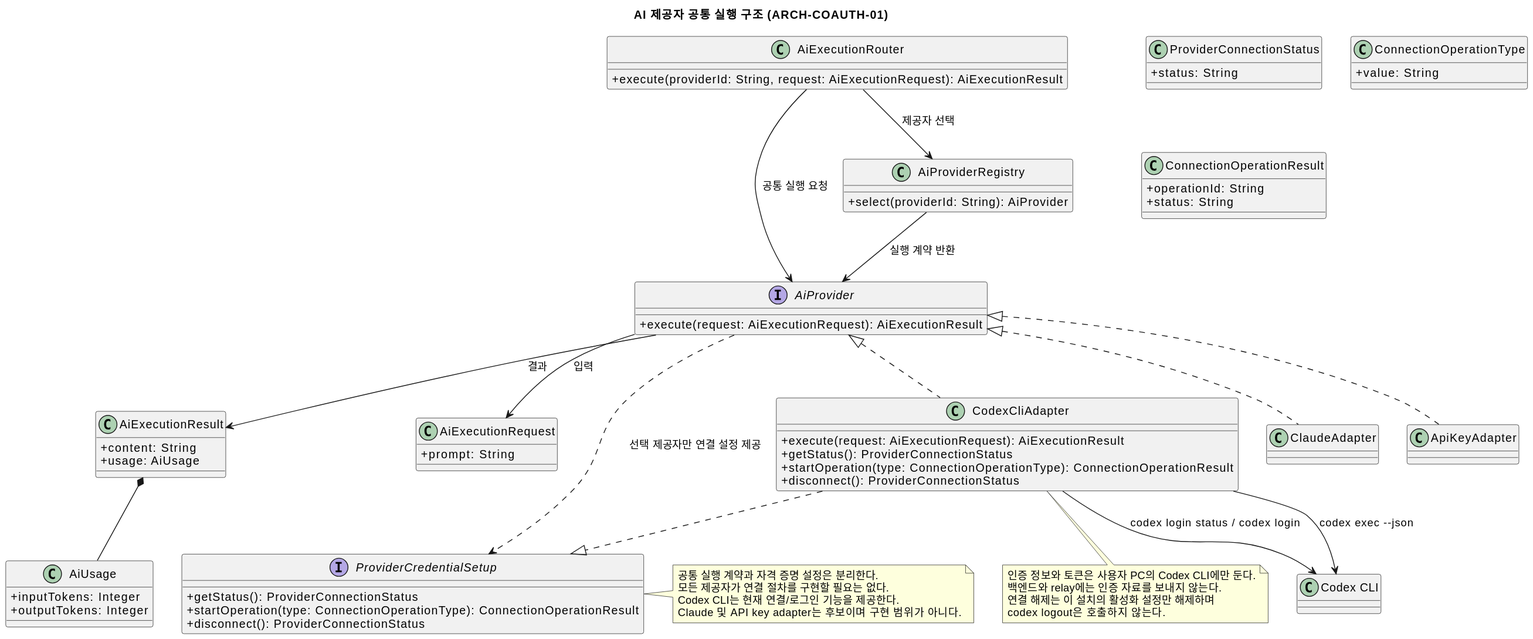
Before: docs/specs/codex-cli-oauth/diagrams/architecture/ai-provider.class.svg, a diagram exported from PlantUML (omegafrog/dnd-master). Its diagram source:
```plantuml
@startuml
title AI 제공자 공통 실행 구조 (ARCH-COAUTH-01)
skinparam classAttributeIconSize 0

interface AiProvider {
  +execute(request: AiExecutionRequest): AiExecutionResult
}

class AiExecutionRequest {
  +prompt: String
}

class AiExecutionResult {
  +content: String
  +usage: AiUsage
}

class AiUsage {
  +inputTokens: Integer
  +outputTokens: Integer
}

class AiProviderRegistry {
  +select(providerId: String): AiProvider
}

class AiExecutionRouter {
  +execute(providerId: String, request: AiExecutionRequest): AiExecutionResult
}

interface ProviderCredentialSetup {
  +getStatus(): ProviderConnectionStatus
  +startOperation(type: ConnectionOperationType): ConnectionOperationResult
  +disconnect(): ProviderConnectionStatus
}

class ProviderConnectionStatus {
  +status: String
}

class ConnectionOperationType {
  +value: String
}

class ConnectionOperationResult {
  +operationId: String
  +status: String
}

class CodexCliAdapter {
  +execute(request: AiExecutionRequest): AiExecutionResult
  +getStatus(): ProviderConnectionStatus
  +startOperation(type: ConnectionOperationType): ConnectionOperationResult
  +disconnect(): ProviderConnectionStatus
}

class ClaudeAdapter
class ApiKeyAdapter

AiExecutionRouter --> AiProviderRegistry : 제공자 선택
AiProviderRegistry --> AiProvider : 실행 계약 반환
AiProvider <|.. CodexCliAdapter
AiProvider <|.. ClaudeAdapter
AiProvider <|.. ApiKeyAdapter
AiExecutionRouter --> AiProvider : 공통 실행 요청
CodexCliAdapter ..|> ProviderCredentialSetup
CodexCliAdapter --> "Codex CLI" : codex exec --json
CodexCliAdapter --> "Codex CLI" : codex login status / codex login

AiProvider ..> ProviderCredentialSetup : 선택 제공자만 연결 설정 제공
AiProvider --> AiExecutionRequest : 입력
AiProvider --> AiExecutionResult : 결과
AiExecutionResult *-- AiUsage

note right of ProviderCredentialSetup
  공통 실행 계약과 자격 증명 설정은 분리한다.
  모든 제공자가 연결 절차를 구현할 필요는 없다.
  Codex CLI는 현재 연결/로그인 기능을 제공한다.
  Claude 및 API key adapter는 후보이며 구현 범위가 아니다.
end note

note bottom of CodexCliAdapter
  인증 정보와 토큰은 사용자 PC의 Codex CLI에만 둔다.
  백엔드와 relay에는 인증 자료를 보내지 않는다.
  연결 해제는 이 설치의 활성화 설정만 해제하며
  codex logout은 호출하지 않는다.
end note
@enduml
```
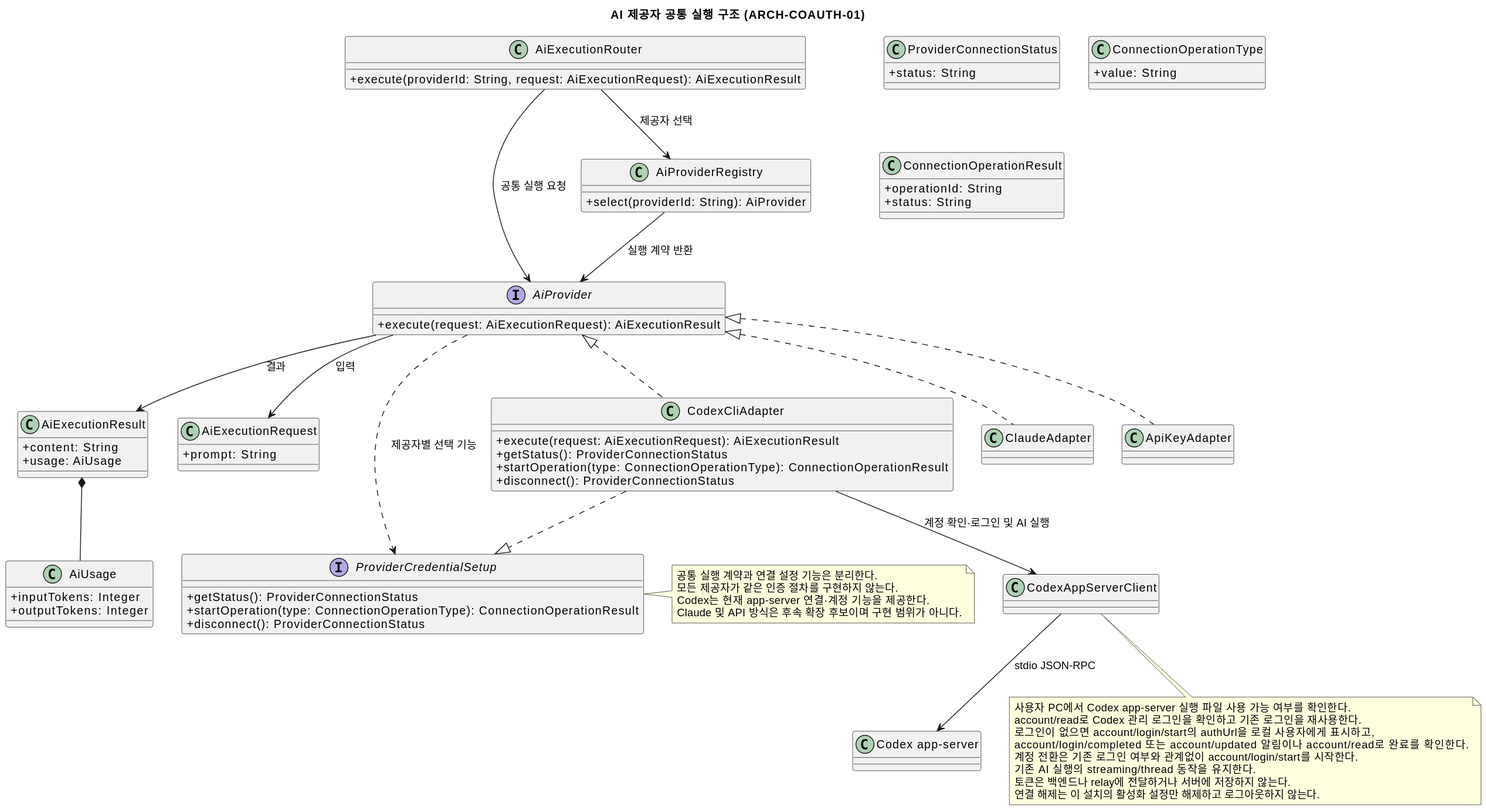
Later version of the same file.

Commit message:
docs: align Codex OAuth plan with app-server

Change to the diagram source:
```diff
@@ -54,6 +54,7 @@
   +disconnect(): ProviderConnectionStatus
 }
 
+class CodexAppServerClient
 class ClaudeAdapter
 class ApiKeyAdapter
 
@@ -64,25 +65,29 @@
 AiProvider <|.. ApiKeyAdapter
 AiExecutionRouter --> AiProvider : 공통 실행 요청
 CodexCliAdapter ..|> ProviderCredentialSetup
-CodexCliAdapter --> "Codex CLI" : codex exec --json
-CodexCliAdapter --> "Codex CLI" : codex login status / codex login
+CodexCliAdapter --> CodexAppServerClient : 계정 확인·로그인 및 AI 실행
+CodexAppServerClient --> "Codex app-server" : stdio JSON-RPC
 
-AiProvider ..> ProviderCredentialSetup : 선택 제공자만 연결 설정 제공
+AiProvider ..> ProviderCredentialSetup : 제공자별 선택 기능
 AiProvider --> AiExecutionRequest : 입력
 AiProvider --> AiExecutionResult : 결과
 AiExecutionResult *-- AiUsage
 
 note right of ProviderCredentialSetup
-  공통 실행 계약과 자격 증명 설정은 분리한다.
-  모든 제공자가 연결 절차를 구현할 필요는 없다.
-  Codex CLI는 현재 연결/로그인 기능을 제공한다.
-  Claude 및 API key adapter는 후보이며 구현 범위가 아니다.
+  공통 실행 계약과 연결 설정 기능은 분리한다.
+  모든 제공자가 같은 인증 절차를 구현하지 않는다.
+  Codex는 현재 app-server 연결·계정 기능을 제공한다.
+  Claude 및 API 방식은 후속 확장 후보이며 구현 범위가 아니다.
 end note
 
-note bottom of CodexCliAdapter
-  인증 정보와 토큰은 사용자 PC의 Codex CLI에만 둔다.
-  백엔드와 relay에는 인증 자료를 보내지 않는다.
-  연결 해제는 이 설치의 활성화 설정만 해제하며
-  codex logout은 호출하지 않는다.
+note bottom of CodexAppServerClient
+  사용자 PC에서 Codex app-server 실행 파일 사용 가능 여부를 확인한다.
+  account/read로 Codex 관리 로그인을 확인하고 기존 로그인을 재사용한다.
+  로그인이 없으면 account/login/start의 authUrl을 로컬 사용자에게 표시하고,
+  account/login/completed 또는 account/updated 알림이나 account/read로 완료를 확인한다.
+  계정 전환은 기존 로그인 여부와 관계없이 account/login/start를 시작한다.
+  기존 AI 실행의 streaming/thread 동작을 유지한다.
+  토큰은 백엔드나 relay에 전달하거나 서버에 저장하지 않는다.
+  연결 해제는 이 설치의 활성화 설정만 해제하고 로그아웃하지 않는다.
 end note
 @enduml
```
